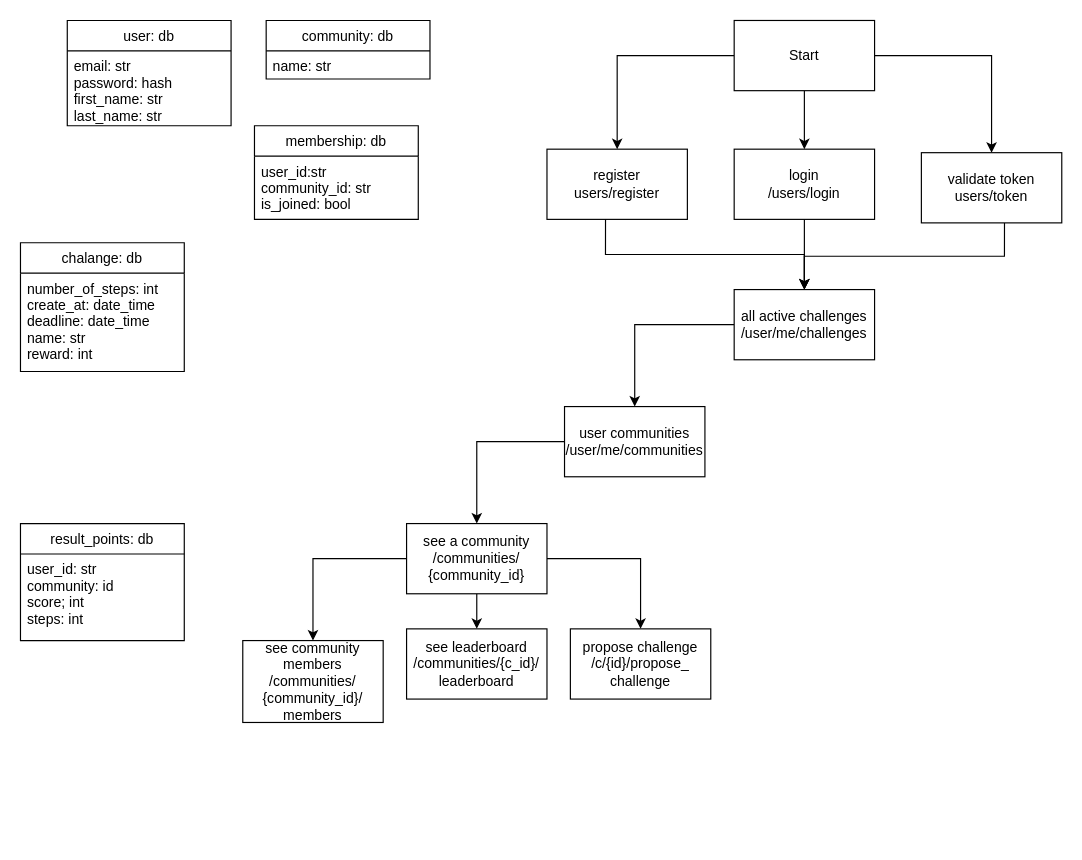
Above: api_2020.drawio in Baba-Yaga-Bv/Moove-old (draw.io), before the change. Source tidied: cells renumbered, new cells numbered last; positions are measured from the earlier drawing's top-left corner, leaving out a move shared by most shapes. Both pictures are drawn from the tidied source at 117%, with x=0, y=0 at pixel (20, 20).
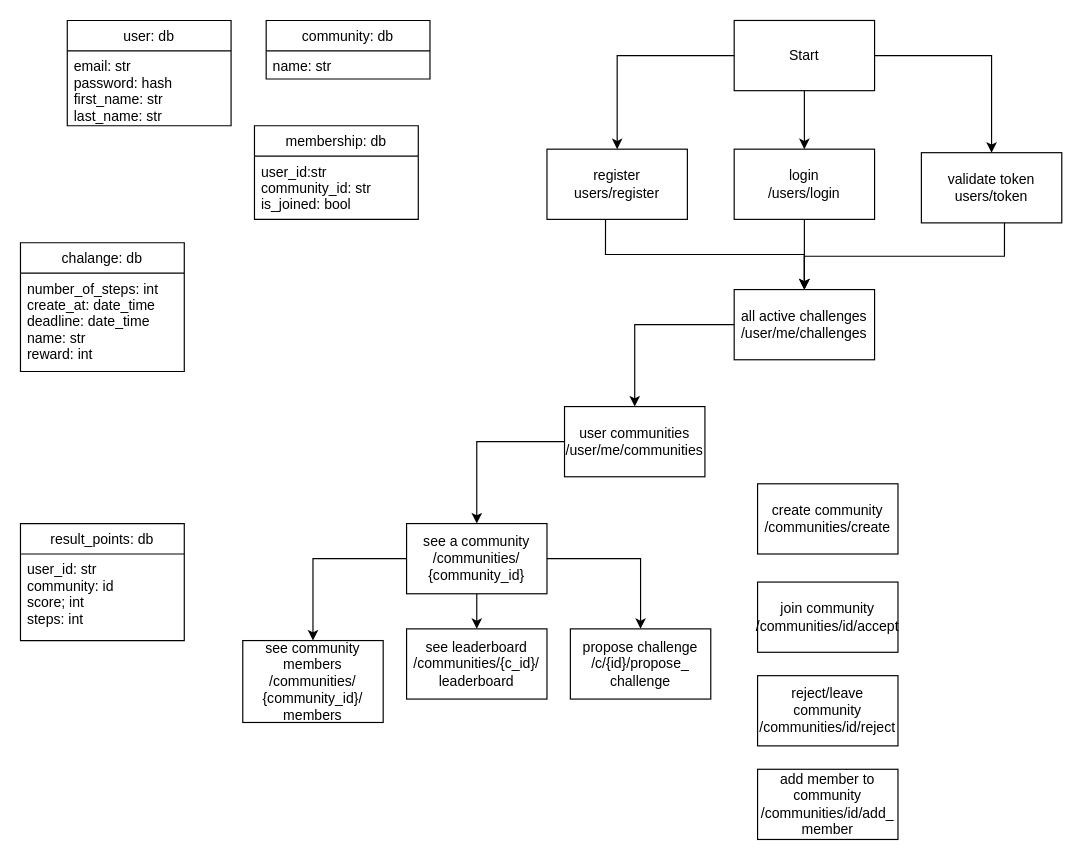
Above is the later version.

What changed in the source:
```diff
@@
+    <mxCell id="33" value="create community&lt;br&gt;/communities/create" style="rounded=0;whiteSpace=wrap;html=1;" parent="1" vertex="1">
+      <mxGeometry x="630" y="396" width="120" height="60" as="geometry" />
+    </mxCell>
+    <mxCell id="34" value="join community&lt;br&gt;/communities/id/accept" style="rounded=0;whiteSpace=wrap;html=1;" parent="1" vertex="1">
+      <mxGeometry x="630" y="480" width="120" height="60" as="geometry" />
+    </mxCell>
+    <mxCell id="35" value="reject/leave community&lt;br&gt;/communities/id/reject" style="rounded=0;whiteSpace=wrap;html=1;" parent="1" vertex="1">
+      <mxGeometry x="630" y="560" width="120" height="60" as="geometry" />
+    </mxCell>
+    <mxCell id="36" value="add member to community&lt;br&gt;/communities/id/add_&lt;br&gt;member" style="rounded=0;whiteSpace=wrap;html=1;" parent="1" vertex="1">
+      <mxGeometry x="630" y="640" width="120" height="60" as="geometry" />
+    </mxCell>
```
